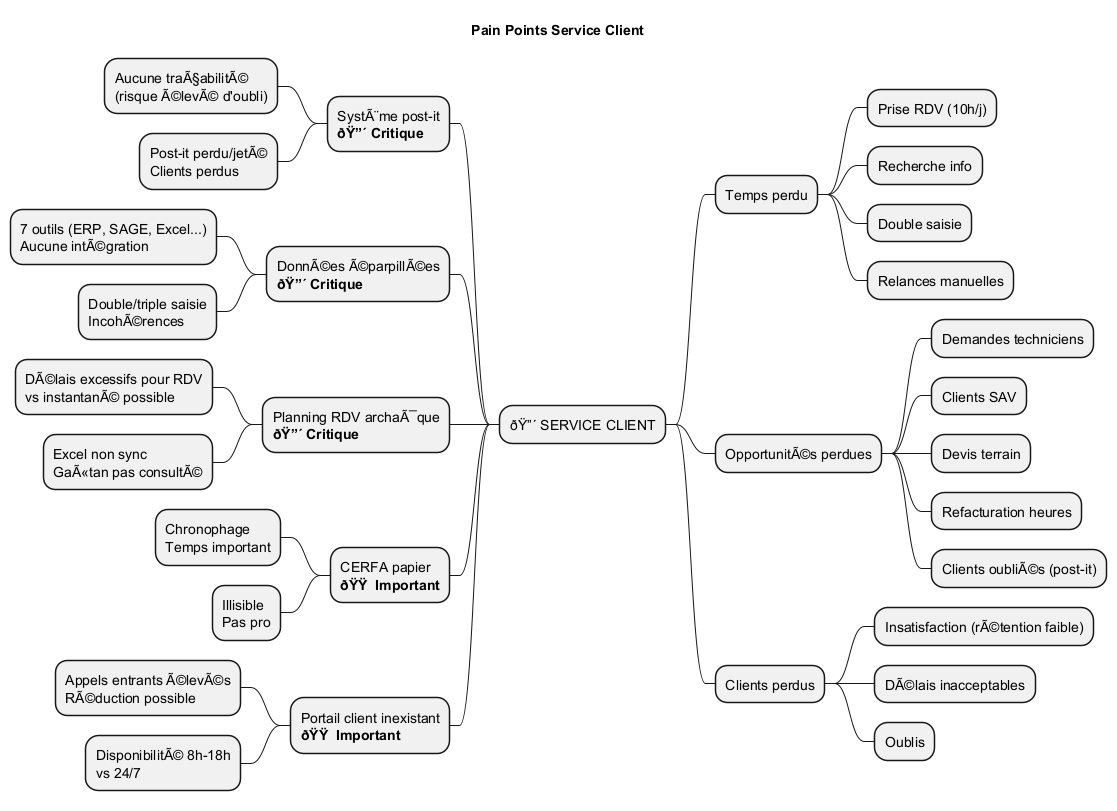
Before: Services/Service-Client/uml/png/Pain_Points_Service_Client.png, a diagram exported from PlantUML (JordanSerafini/Audit_Duret).
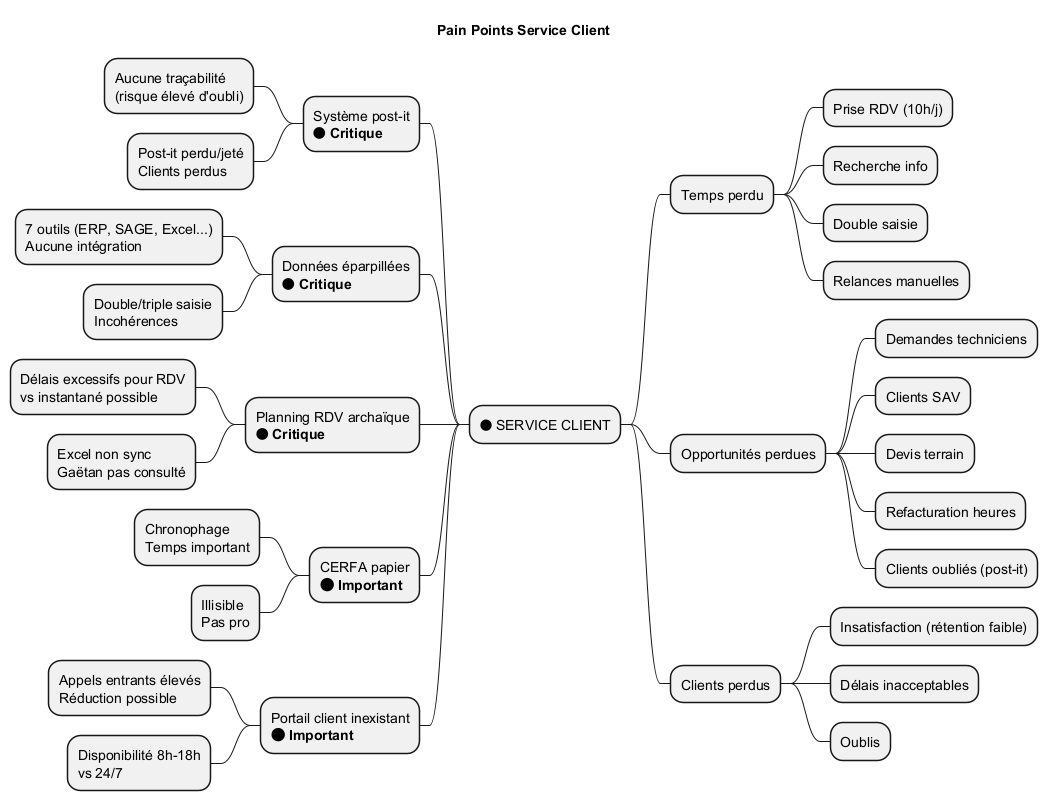
The same file after the commit.

Change to the diagram source:
```diff
@@ -2,45 +2,45 @@
 
 title Pain Points Service Client
 
-* ðŸ”´ SERVICE CLIENT
+* 🔴 SERVICE CLIENT
 ** Temps perdu
 *** Prise RDV (10h/j)
 *** Recherche info
 *** Double saisie
 *** Relances manuelles
 
-** OpportunitÃ©s perdues
+** Opportunités perdues
 *** Demandes techniciens
 *** Clients SAV
 *** Devis terrain
 *** Refacturation heures
-*** Clients oubliÃ©s (post-it)
+*** Clients oubliés (post-it)
 
 ** Clients perdus
-*** Insatisfaction (rÃ©tention faible)
-*** DÃ©lais inacceptables
+*** Insatisfaction (rétention faible)
+*** Délais inacceptables
 *** Oublis
 
 left side
 
-** SystÃ¨me post-it\n**ðŸ”´ Critique**
-*** Aucune traÃ§abilitÃ©\n(risque Ã©levÃ© d'oubli)
-*** Post-it perdu/jetÃ©\nClients perdus
+** Système post-it\n**🔴 Critique**
+*** Aucune traçabilité\n(risque élevé d'oubli)
+*** Post-it perdu/jeté\nClients perdus
 
-** DonnÃ©es Ã©parpillÃ©es\n**ðŸ”´ Critique**
-*** 7 outils (ERP, SAGE, Excel...)\nAucune intÃ©gration
-*** Double/triple saisie\nIncohÃ©rences
+** Données éparpillées\n**🔴 Critique**
+*** 7 outils (ERP, SAGE, Excel...)\nAucune intégration
+*** Double/triple saisie\nIncohérences
 
-** Planning RDV archaÃ¯que\n**ðŸ”´ Critique**
-*** DÃ©lais excessifs pour RDV\nvs instantanÃ© possible
-*** Excel non sync\nGaÃ«tan pas consultÃ©
+** Planning RDV archaïque\n**🔴 Critique**
+*** Délais excessifs pour RDV\nvs instantané possible
+*** Excel non sync\nGaëtan pas consulté
 
-** CERFA papier\n**ðŸŸ  Important**
+** CERFA papier\n**🟠 Important**
 *** Chronophage\nTemps important
 *** Illisible\nPas pro
 
-** Portail client inexistant\n**ðŸŸ  Important**
-*** Appels entrants Ã©levÃ©s\nRÃ©duction possible
-*** DisponibilitÃ© 8h-18h\nvs 24/7
+** Portail client inexistant\n**🟠 Important**
+*** Appels entrants élevés\nRéduction possible
+*** Disponibilité 8h-18h\nvs 24/7
 
 @endmindmap
```
